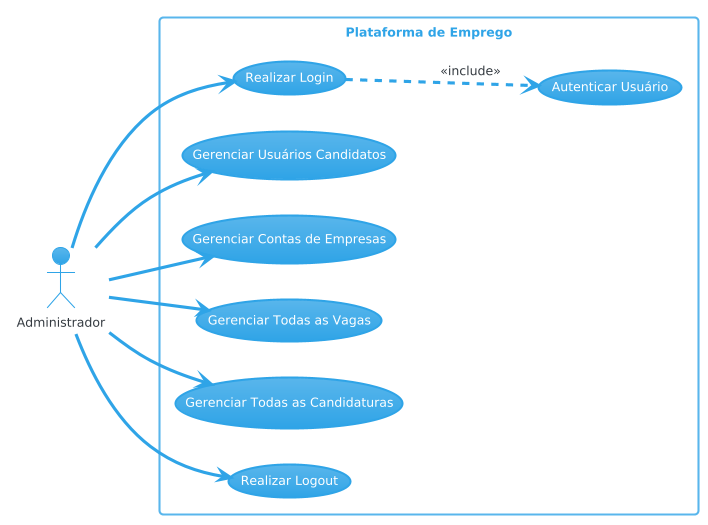
wendersonfarias/empregAPI-TCC keeps this PlantUML diagram as Casos de Uso/caso_de_uso_administrador.png. Above is the earlier version. Its source is kept beside it as Casos de Uso/caso_de_uso_administrador.puml.
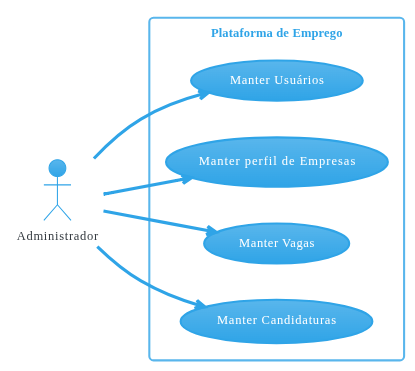
The same file after the commit.

The edit, as a diff of the source:
```diff
@@ -5,24 +5,18 @@
 actor Administrador
 
 rectangle "Plataforma de Emprego" {
-    usecase "Realizar Login" as UC_Login
-    usecase "Gerenciar Usuários Candidatos" as UC_ManageCandidates
-    usecase "Gerenciar Contas de Empresas" as UC_ManageCompanies
-    usecase "Gerenciar Todas as Vagas" as UC_ManageVacancies
-    usecase "Gerenciar Todas as Candidaturas" as UC_ManageApplications
-    usecase "Realizar Logout" as UC_Logout
-    usecase "Autenticar Usuário" as UC_Auth
+    usecase "Manter Usuários" as UC_ManageCandidates
+    usecase "Manter perfil de Empresas" as UC_ManageCompanies
+    usecase "Manter Vagas" as UC_ManageVacancies
+    usecase "Manter Candidaturas" as UC_ManageApplications
 
 }
 
-Administrador --> UC_Login
 Administrador --> UC_ManageCandidates
 Administrador --> UC_ManageCompanies
 Administrador --> UC_ManageVacancies
 Administrador --> UC_ManageApplications
-Administrador --> UC_Logout
 
 
-UC_Login ..> UC_Auth : <<include>>
 
 @enduml
```
